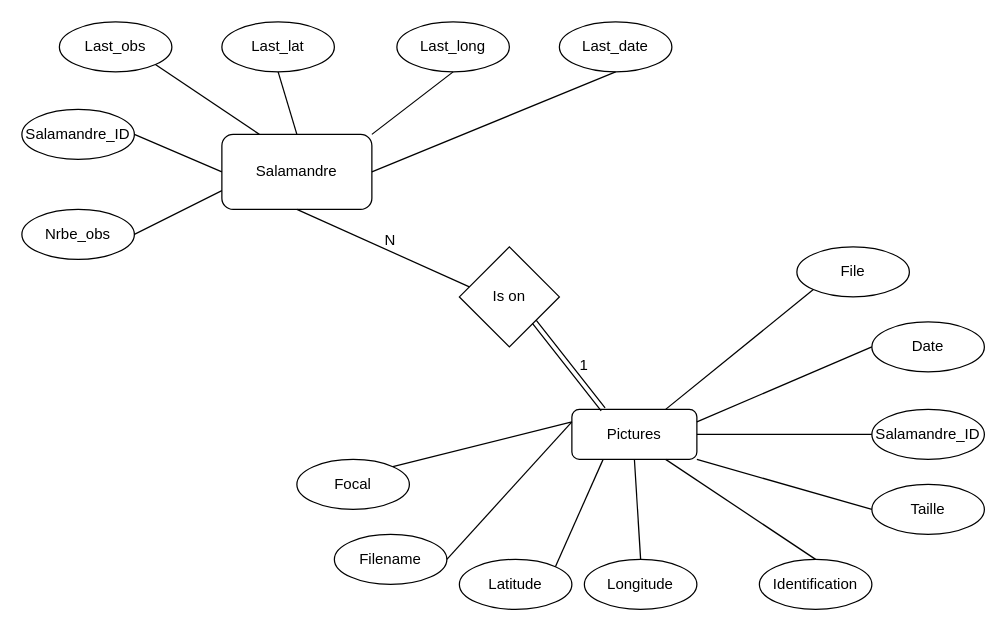
This is Schema/ER_chenv2.drawio from thdewaele/Aide-au-suivi-des-salamandres, a draw.io file, before an edit. Source tidied: cells renumbered, new cells numbered last; positions are measured from the earlier drawing's top-left corner, leaving out a move shared by most shapes. Both pictures are drawn from the tidied source at 125%, with x=0, y=0 at pixel (21, 21).
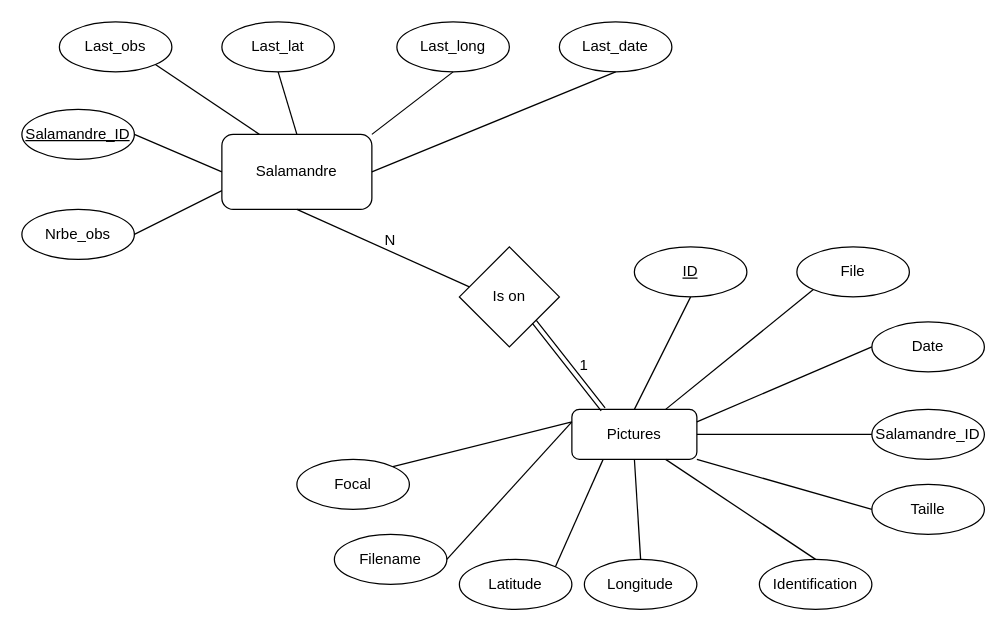
Above is the later version.

Unchanged cells that the change refers to:
```xml
<mxCell id="3" value="Pictures" style="rounded=1;whiteSpace=wrap;html=1;" parent="1" vertex="1">
  <mxGeometry x="440" y="310" width="100" height="40" as="geometry" />
</mxCell>
```

The edit, as a diff of the source:
```diff
@@
-    <mxCell id="15" value="Salamandre_ID" style="ellipse;whiteSpace=wrap;html=1;" parent="1" vertex="1">
+    <mxCell id="15" value="Salamandre_ID" style="ellipse;whiteSpace=wrap;html=1;fontStyle=4;" parent="1" vertex="1">
       <mxGeometry y="70" width="90" height="40" as="geometry" />
     </mxCell>
@@
+    <mxCell id="39" value="ID" style="ellipse;whiteSpace=wrap;html=1;fontStyle=4;" parent="1" vertex="1">
+      <mxGeometry x="490" y="180" width="90" height="40" as="geometry" />
+    </mxCell>
+    <mxCell id="40" style="endArrow=none;html=1;rounded=0;exitX=0.5;exitY=1;exitDx=0;exitDy=0;entryX=0.5;entryY=0;entryDx=0;entryDy=0;" parent="1" edge="1" source="39" target="3">
+      <mxGeometry relative="1" as="geometry" />
+    </mxCell>
```
